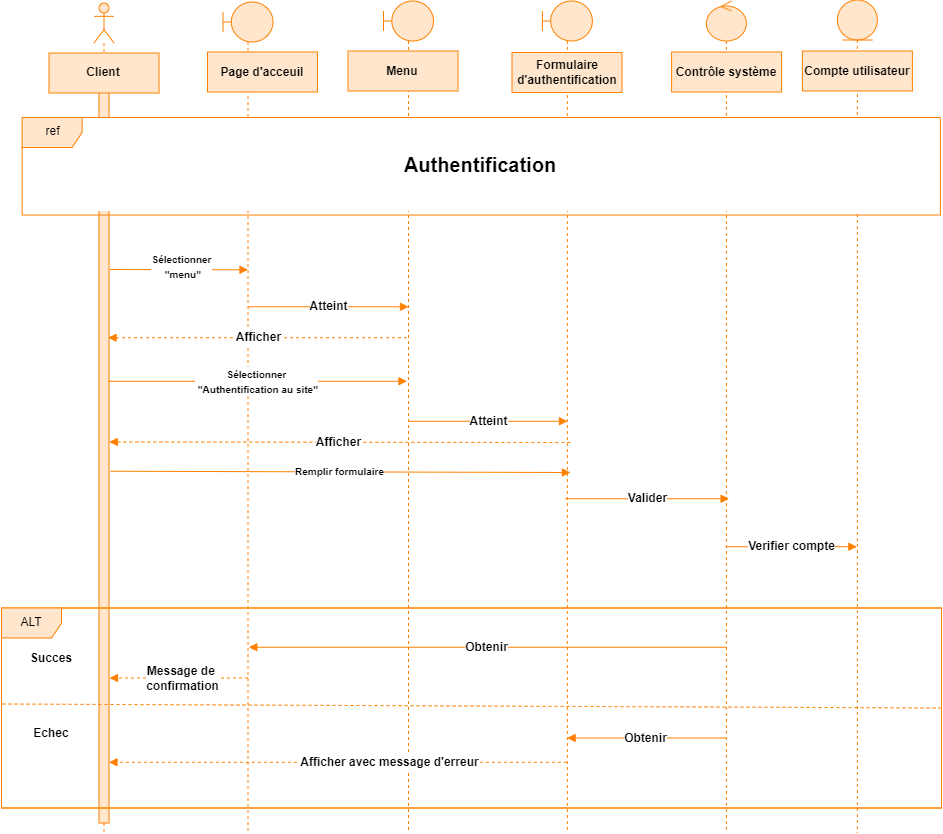
This is images/Authentification au site.png from alizhassane/pfe, a draw.io export, as it was before one commit. Source tidied: cells renumbered, new cells last; positions are measured from the earlier drawing's top-left corner, leaving out a move shared by most shapes.
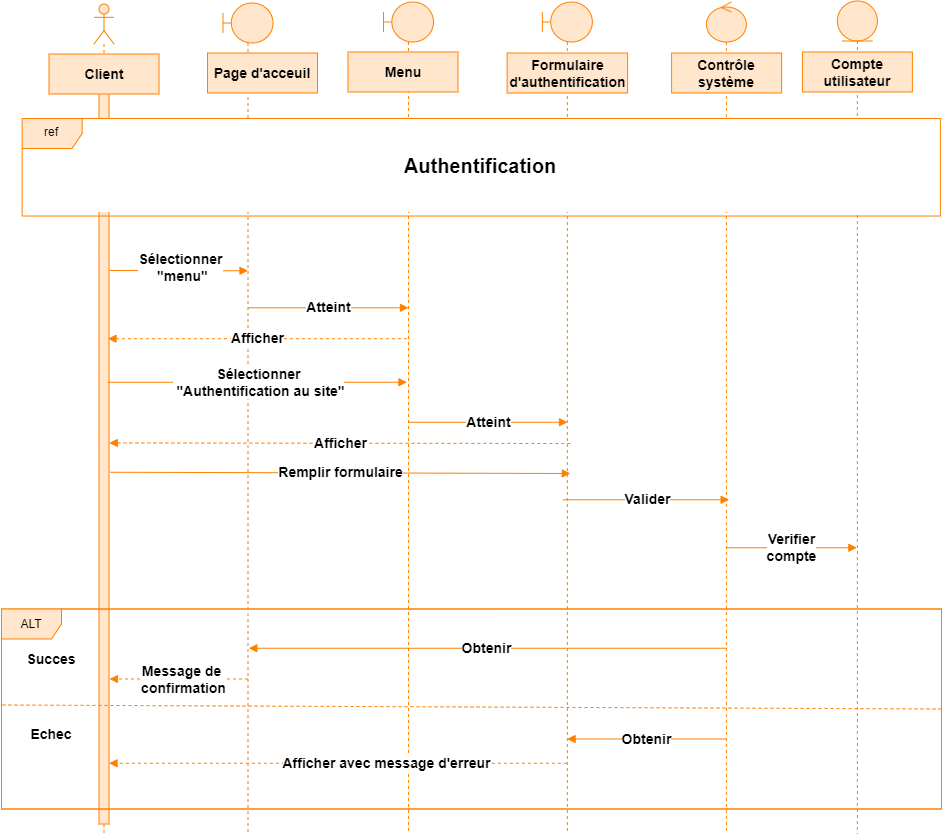
The same file after the commit.

Change to the diagram source:
```diff
@@ -20,22 +20,22 @@
     <mxCell id="7" style="shape=umlLifeline;perimeter=lifelinePerimeter;whiteSpace=wrap;html=1;newEdgeStyle={&quot;curved&quot;:0,&quot;rounded&quot;:0};participant=umlBoundary;strokeColor=#FF8000;align=center;verticalAlign=middle;fontFamily=Helvetica;fontSize=12;fontColor=default;fontStyle=1;fillColor=#FFE6CC;" parent="1" vertex="1">
       <mxGeometry x="221.5" y="2.5" width="50" height="830.5" as="geometry" />
     </mxCell>
-    <mxCell id="8" value="Client" style="rounded=0;whiteSpace=wrap;html=1;fillColor=#FFE6CC;strokeColor=#FF8000;align=center;verticalAlign=middle;fontFamily=Helvetica;fontSize=12;fontColor=default;fontStyle=1;" parent="1" vertex="1">
+    <mxCell id="8" value="&lt;font style=&quot;font-size: 14px;&quot;&gt;Client&lt;/font&gt;" style="rounded=0;whiteSpace=wrap;html=1;fillColor=#FFE6CC;strokeColor=#FF8000;align=center;verticalAlign=middle;fontFamily=Helvetica;fontSize=12;fontColor=default;fontStyle=1;" parent="1" vertex="1">
       <mxGeometry x="47.5" y="53.5" width="110" height="40" as="geometry" />
     </mxCell>
-    <mxCell id="9" value="Formulaire d'authentification" style="rounded=0;whiteSpace=wrap;html=1;fillColor=#FFE6CC;strokeColor=#FF8000;align=center;verticalAlign=middle;fontFamily=Helvetica;fontSize=12;fontColor=default;fontStyle=1;" parent="1" vertex="1">
-      <mxGeometry x="510.5" y="53" width="110" height="40" as="geometry" />
+    <mxCell id="9" value="&lt;font style=&quot;font-size: 14px;&quot;&gt;Formulaire d'authentification&lt;/font&gt;" style="rounded=0;whiteSpace=wrap;html=1;fillColor=#FFE6CC;strokeColor=#FF8000;align=center;verticalAlign=middle;fontFamily=Helvetica;fontSize=12;fontColor=default;fontStyle=1;" parent="1" vertex="1">
+      <mxGeometry x="505.6" y="52.5" width="120.5" height="40" as="geometry" />
     </mxCell>
-    <mxCell id="10" value="Contrôle système" style="rounded=0;whiteSpace=wrap;html=1;fillColor=#FFE6CC;strokeColor=#FF8000;align=center;verticalAlign=middle;fontFamily=Helvetica;fontSize=12;fontColor=default;fontStyle=1;" parent="1" vertex="1">
+    <mxCell id="10" value="&lt;font style=&quot;font-size: 14px;&quot;&gt;Contrôle système&lt;/font&gt;" style="rounded=0;whiteSpace=wrap;html=1;fillColor=#FFE6CC;strokeColor=#FF8000;align=center;verticalAlign=middle;fontFamily=Helvetica;fontSize=12;fontColor=default;fontStyle=1;" parent="1" vertex="1">
       <mxGeometry x="670.1" y="52.5" width="110" height="40" as="geometry" />
     </mxCell>
-    <mxCell id="11" value="Menu" style="rounded=0;whiteSpace=wrap;html=1;fillColor=#FFE6CC;strokeColor=#FF8000;align=center;verticalAlign=middle;fontFamily=Helvetica;fontSize=12;fontColor=default;fontStyle=1;" parent="1" vertex="1">
+    <mxCell id="11" value="&lt;font style=&quot;font-size: 14px;&quot;&gt;Menu&lt;/font&gt;" style="rounded=0;whiteSpace=wrap;html=1;fillColor=#FFE6CC;strokeColor=#FF8000;align=center;verticalAlign=middle;fontFamily=Helvetica;fontSize=12;fontColor=default;fontStyle=1;" parent="1" vertex="1">
       <mxGeometry x="346.5" y="51.5" width="110" height="40" as="geometry" />
     </mxCell>
-    <mxCell id="12" value="Page d'acceuil" style="rounded=0;whiteSpace=wrap;html=1;fillColor=#FFE6CC;strokeColor=#FF8000;align=center;verticalAlign=middle;fontFamily=Helvetica;fontSize=12;fontColor=default;fontStyle=1;" parent="1" vertex="1">
+    <mxCell id="12" value="&lt;font style=&quot;font-size: 14px;&quot;&gt;Page d'acceuil&lt;/font&gt;" style="rounded=0;whiteSpace=wrap;html=1;fillColor=#FFE6CC;strokeColor=#FF8000;align=center;verticalAlign=middle;fontFamily=Helvetica;fontSize=12;fontColor=default;fontStyle=1;" parent="1" vertex="1">
       <mxGeometry x="206" y="52.5" width="110" height="40" as="geometry" />
     </mxCell>
-    <mxCell id="13" value="&lt;span style=&quot;font-size: 10px; background-color: rgb(255, 255, 255);&quot;&gt;Sélectionner&lt;/span&gt;&lt;div&gt;&lt;span style=&quot;font-size: 10px; background-color: rgb(255, 255, 255);&quot;&gt;&amp;nbsp;&quot;menu&quot;&lt;/span&gt;&lt;/div&gt;" style="html=1;verticalAlign=middle;endArrow=block;curved=0;rounded=0;strokeColor=#FF8000;align=center;fontFamily=Helvetica;fontSize=12;fontColor=default;fontStyle=1;fillColor=#FFE6CC;" parent="1" edge="1">
+    <mxCell id="13" value="&lt;span style=&quot;background-color: rgb(255, 255, 255);&quot;&gt;&lt;font style=&quot;font-size: 14px;&quot;&gt;Sélectionner&lt;/font&gt;&lt;/span&gt;&lt;div&gt;&lt;span style=&quot;background-color: rgb(255, 255, 255);&quot;&gt;&lt;font style=&quot;font-size: 14px;&quot;&gt;&amp;nbsp;&quot;menu&quot;&lt;/font&gt;&lt;/span&gt;&lt;/div&gt;" style="html=1;verticalAlign=middle;endArrow=block;curved=0;rounded=0;strokeColor=#FF8000;align=center;fontFamily=Helvetica;fontSize=12;fontColor=default;fontStyle=1;fillColor=#FFE6CC;" parent="1" edge="1">
       <mxGeometry x="0.05" y="3" relative="1" as="geometry">
         <mxPoint x="108.5" y="270" as="sourcePoint" />
         <mxPoint x="246.5" y="270.2" as="targetPoint" />
@@ -44,37 +44,37 @@
         </Array>
       </mxGeometry>
     </mxCell>
-    <mxCell id="14" value="Atteint" style="html=1;verticalAlign=middle;endArrow=block;curved=0;rounded=0;strokeColor=#FF8000;align=center;fontFamily=Helvetica;fontSize=12;fontColor=default;fontStyle=1;fillColor=#FFE6CC;" parent="1" edge="1">
+    <mxCell id="14" value="&lt;font style=&quot;font-size: 14px;&quot;&gt;Atteint&lt;/font&gt;" style="html=1;verticalAlign=middle;endArrow=block;curved=0;rounded=0;strokeColor=#FF8000;align=center;fontFamily=Helvetica;fontSize=12;fontColor=default;fontStyle=1;fillColor=#FFE6CC;" parent="1" edge="1">
       <mxGeometry relative="1" as="geometry">
         <mxPoint x="246.5" y="307.3" as="sourcePoint" />
         <mxPoint x="407" y="307.3" as="targetPoint" />
       </mxGeometry>
     </mxCell>
-    <mxCell id="15" value="Afficher" style="html=1;verticalAlign=middle;endArrow=block;curved=0;rounded=0;dashed=1;strokeColor=#FF8000;align=center;fontFamily=Helvetica;fontSize=12;fontColor=default;fontStyle=1;fillColor=#FFE6CC;" parent="1" edge="1">
+    <mxCell id="15" value="&lt;font style=&quot;font-size: 14px;&quot;&gt;Afficher&lt;/font&gt;" style="html=1;verticalAlign=middle;endArrow=block;curved=0;rounded=0;dashed=1;strokeColor=#FF8000;align=center;fontFamily=Helvetica;fontSize=12;fontColor=default;fontStyle=1;fillColor=#FFE6CC;" parent="1" edge="1">
       <mxGeometry relative="1" as="geometry">
         <mxPoint x="405.5" y="338.2" as="sourcePoint" />
         <mxPoint x="106.5" y="338.2" as="targetPoint" />
       </mxGeometry>
     </mxCell>
-    <mxCell id="16" value="&lt;span style=&quot;font-size: 10px;&quot;&gt;Sélectionner&lt;/span&gt;&lt;div&gt;&lt;span style=&quot;font-size: 10px;&quot;&gt;&amp;nbsp;&quot;Authentification au site&quot;&lt;/span&gt;&lt;/div&gt;" style="html=1;verticalAlign=middle;endArrow=block;curved=0;rounded=0;strokeColor=#FF8000;align=center;fontFamily=Helvetica;fontSize=12;fontColor=default;fontStyle=1;fillColor=#FFE6CC;" parent="1" edge="1">
+    <mxCell id="16" value="&lt;font style=&quot;font-size: 14px;&quot;&gt;Sélectionner&lt;/font&gt;&lt;div&gt;&lt;font style=&quot;font-size: 14px;&quot;&gt;&amp;nbsp;&quot;Authentification au site&quot;&lt;/font&gt;&lt;/div&gt;" style="html=1;verticalAlign=middle;endArrow=block;curved=0;rounded=0;strokeColor=#FF8000;align=center;fontFamily=Helvetica;fontSize=12;fontColor=default;fontStyle=1;fillColor=#FFE6CC;" parent="1" edge="1">
       <mxGeometry relative="1" as="geometry">
         <mxPoint x="106.5" y="381.8" as="sourcePoint" />
         <mxPoint x="405.5" y="381.8" as="targetPoint" />
       </mxGeometry>
     </mxCell>
-    <mxCell id="17" value="Atteint" style="html=1;verticalAlign=middle;endArrow=block;curved=0;rounded=0;strokeColor=#FF8000;align=center;fontFamily=Helvetica;fontSize=12;fontColor=default;fontStyle=1;fillColor=#FFE6CC;" parent="1" edge="1">
+    <mxCell id="17" value="&lt;font style=&quot;font-size: 14px;&quot;&gt;Atteint&lt;/font&gt;" style="html=1;verticalAlign=middle;endArrow=block;curved=0;rounded=0;strokeColor=#FF8000;align=center;fontFamily=Helvetica;fontSize=12;fontColor=default;fontStyle=1;fillColor=#FFE6CC;" parent="1" edge="1">
       <mxGeometry relative="1" as="geometry">
         <mxPoint x="407.5" y="421.8" as="sourcePoint" />
         <mxPoint x="566" y="421.8" as="targetPoint" />
       </mxGeometry>
     </mxCell>
-    <mxCell id="18" value="Afficher" style="html=1;verticalAlign=middle;endArrow=block;curved=0;rounded=0;dashed=1;strokeColor=#FF8000;align=center;fontFamily=Helvetica;fontSize=12;fontColor=default;fontStyle=1;fillColor=#FFE6CC;entryX=0.977;entryY=0.52;entryDx=0;entryDy=0;entryPerimeter=0;" parent="1" edge="1">
+    <mxCell id="18" value="&lt;font style=&quot;font-size: 14px;&quot;&gt;Afficher&lt;/font&gt;" style="html=1;verticalAlign=middle;endArrow=block;curved=0;rounded=0;dashed=1;strokeColor=#FF8000;align=center;fontFamily=Helvetica;fontSize=12;fontColor=default;fontStyle=1;fillColor=#FFE6CC;entryX=0.977;entryY=0.52;entryDx=0;entryDy=0;entryPerimeter=0;" parent="1" edge="1">
       <mxGeometry relative="1" as="geometry">
         <mxPoint x="568.9" y="443" as="sourcePoint" />
         <mxPoint x="107.8" y="442.4" as="targetPoint" />
       </mxGeometry>
     </mxCell>
-    <mxCell id="19" value="&lt;span style=&quot;font-size: 10px;&quot;&gt;Remplir formulaire&lt;/span&gt;" style="html=1;verticalAlign=middle;endArrow=block;curved=0;rounded=0;strokeColor=#FF8000;align=center;fontFamily=Helvetica;fontSize=12;fontColor=default;fontStyle=1;fillColor=#FFE6CC;" parent="1" edge="1">
+    <mxCell id="19" value="&lt;font style=&quot;font-size: 14px;&quot;&gt;Remplir formulaire&lt;/font&gt;" style="html=1;verticalAlign=middle;endArrow=block;curved=0;rounded=0;strokeColor=#FF8000;align=center;fontFamily=Helvetica;fontSize=12;fontColor=default;fontStyle=1;fillColor=#FFE6CC;" parent="1" edge="1">
       <mxGeometry relative="1" as="geometry">
         <mxPoint x="109" y="471.8" as="sourcePoint" />
         <mxPoint x="568.9" y="473" as="targetPoint" />
@@ -83,10 +83,10 @@
     <mxCell id="20" style="shape=umlLifeline;perimeter=lifelinePerimeter;whiteSpace=wrap;html=1;newEdgeStyle={&quot;curved&quot;:0,&quot;rounded&quot;:0};participant=umlEntity;strokeColor=#FF8000;align=center;verticalAlign=middle;fontFamily=Helvetica;fontSize=12;fontColor=default;fontStyle=1;fillColor=#FFE6CC;" parent="1" vertex="1">
       <mxGeometry x="835.9" y="0.5" width="40" height="832.5" as="geometry" />
     </mxCell>
-    <mxCell id="21" value="Compte utilisateur" style="rounded=0;whiteSpace=wrap;html=1;fillColor=#FFE6CC;strokeColor=#FF8000;align=center;verticalAlign=middle;fontFamily=Helvetica;fontSize=12;fontColor=default;fontStyle=1;" parent="1" vertex="1">
+    <mxCell id="21" value="&lt;font style=&quot;font-size: 14px;&quot;&gt;Compte utilisateur&lt;/font&gt;" style="rounded=0;whiteSpace=wrap;html=1;fillColor=#FFE6CC;strokeColor=#FF8000;align=center;verticalAlign=middle;fontFamily=Helvetica;fontSize=12;fontColor=default;fontStyle=1;" parent="1" vertex="1">
       <mxGeometry x="800.9" y="51.5" width="110" height="40" as="geometry" />
     </mxCell>
-    <mxCell id="22" value="Valider" style="html=1;verticalAlign=middle;endArrow=block;curved=0;rounded=0;strokeColor=#FF8000;align=center;fontFamily=Helvetica;fontSize=12;fontColor=default;fontStyle=1;fillColor=#FFE6CC;" parent="1" edge="1" source="3">
+    <mxCell id="22" value="&lt;font style=&quot;font-size: 14px;&quot;&gt;Valider&lt;/font&gt;" style="html=1;verticalAlign=middle;endArrow=block;curved=0;rounded=0;strokeColor=#FF8000;align=center;fontFamily=Helvetica;fontSize=12;fontColor=default;fontStyle=1;fillColor=#FFE6CC;" parent="1" edge="1" source="3">
       <mxGeometry relative="1" as="geometry">
         <mxPoint x="727.6" y="499.3" as="targetPoint" />
       </mxGeometry>
@@ -100,7 +100,7 @@
     <mxCell id="25" value="ref" style="shape=umlFrame;whiteSpace=wrap;html=1;fillColor=#FFE6CC;strokeColor=#FF8000;" parent="23" vertex="1">
       <mxGeometry x="1.7" width="918.3" height="97.5" as="geometry" />
     </mxCell>
-    <mxCell id="26" value="Verifier compte" style="html=1;verticalAlign=middle;endArrow=block;curved=0;rounded=0;strokeColor=#FF8000;align=center;fontFamily=Helvetica;fontSize=12;fontColor=default;fontStyle=1;fillColor=#FFE6CC;" parent="1" edge="1">
+    <mxCell id="26" value="&lt;font style=&quot;font-size: 14px;&quot;&gt;Verifier&lt;/font&gt;&lt;div&gt;&lt;font style=&quot;font-size: 14px;&quot;&gt;compte&lt;/font&gt;&lt;/div&gt;" style="html=1;verticalAlign=middle;endArrow=block;curved=0;rounded=0;strokeColor=#FF8000;align=center;fontFamily=Helvetica;fontSize=12;fontColor=default;fontStyle=1;fillColor=#FFE6CC;" parent="1" edge="1">
       <mxGeometry relative="1" as="geometry">
         <mxPoint x="724.5" y="547.2" as="sourcePoint" />
         <mxPoint x="855.4" y="547.2" as="targetPoint" />
@@ -109,22 +109,22 @@
     <mxCell id="27" style="swimlane;startSize=0;strokeColor=#FF8000;align=center;verticalAlign=middle;fontFamily=Helvetica;fontSize=12;fontColor=default;fontStyle=1;fillColor=#FFE6CC;" parent="1" vertex="1">
       <mxGeometry y="608.5" width="940" height="200" as="geometry" />
     </mxCell>
-    <mxCell id="28" value="Obtenir" style="html=1;verticalAlign=middle;endArrow=block;curved=0;rounded=0;strokeColor=#FF8000;align=center;fontFamily=Helvetica;fontSize=12;fontColor=default;fontStyle=1;fillColor=#FFE6CC;" parent="27" edge="1">
+    <mxCell id="28" value="&lt;font style=&quot;font-size: 14px;&quot;&gt;Obtenir&lt;/font&gt;" style="html=1;verticalAlign=middle;endArrow=block;curved=0;rounded=0;strokeColor=#FF8000;align=center;fontFamily=Helvetica;fontSize=12;fontColor=default;fontStyle=1;fillColor=#FFE6CC;" parent="27" edge="1">
       <mxGeometry relative="1" as="geometry">
         <mxPoint x="724.5" y="130" as="sourcePoint" />
         <mxPoint x="565.6" y="130" as="targetPoint" />
       </mxGeometry>
     </mxCell>
-    <mxCell id="29" value="Message de&amp;nbsp;&lt;div&gt;confirmation&lt;/div&gt;" style="html=1;verticalAlign=middle;endArrow=block;curved=0;rounded=0;dashed=1;strokeColor=#FF8000;align=center;fontFamily=Helvetica;fontSize=12;fontColor=default;fontStyle=1;fillColor=#FFE6CC;" parent="27" edge="1">
+    <mxCell id="29" value="&lt;font style=&quot;font-size: 14px;&quot;&gt;Message de&amp;nbsp;&lt;/font&gt;&lt;div&gt;&lt;font style=&quot;font-size: 14px;&quot;&gt;confirmation&lt;/font&gt;&lt;/div&gt;" style="html=1;verticalAlign=middle;endArrow=block;curved=0;rounded=0;dashed=1;strokeColor=#FF8000;align=center;fontFamily=Helvetica;fontSize=12;fontColor=default;fontStyle=1;fillColor=#FFE6CC;" parent="27" edge="1">
       <mxGeometry x="-0.04" relative="1" as="geometry">
         <mxPoint x="246.5" y="70" as="sourcePoint" />
         <mxPoint x="108" y="70" as="targetPoint" />
       </mxGeometry>
     </mxCell>
-    <mxCell id="30" value="&lt;b&gt;Succes&lt;/b&gt;" style="text;html=1;align=center;verticalAlign=middle;whiteSpace=wrap;rounded=0;fontFamily=Helvetica;fontSize=12;fontColor=default;fontStyle=1;" parent="27" vertex="1">
+    <mxCell id="30" value="&lt;b&gt;&lt;font style=&quot;font-size: 14px;&quot;&gt;Succes&lt;/font&gt;&lt;/b&gt;" style="text;html=1;align=center;verticalAlign=middle;whiteSpace=wrap;rounded=0;fontFamily=Helvetica;fontSize=12;fontColor=default;fontStyle=1;" parent="27" vertex="1">
       <mxGeometry x="20" y="35" width="60" height="30" as="geometry" />
     </mxCell>
-    <mxCell id="31" value="&lt;b&gt;Echec&lt;/b&gt;" style="text;html=1;align=center;verticalAlign=middle;whiteSpace=wrap;rounded=0;fontFamily=Helvetica;fontSize=12;fontColor=default;fontStyle=1;" parent="27" vertex="1">
+    <mxCell id="31" value="&lt;b&gt;&lt;font style=&quot;font-size: 14px;&quot;&gt;Echec&lt;/font&gt;&lt;/b&gt;" style="text;html=1;align=center;verticalAlign=middle;whiteSpace=wrap;rounded=0;fontFamily=Helvetica;fontSize=12;fontColor=default;fontStyle=1;" parent="27" vertex="1">
       <mxGeometry x="20" y="110" width="60" height="30" as="geometry" />
     </mxCell>
     <mxCell id="32" value="ALT" style="shape=umlFrame;whiteSpace=wrap;html=1;fillColor=#FFE6CC;strokeColor=#FF8000;align=center;verticalAlign=middle;fontFamily=Helvetica;fontSize=12;fontColor=default;" parent="27" vertex="1">
@@ -133,13 +133,13 @@
     <mxCell id="33" style="html=1;verticalAlign=middle;endArrow=none;curved=0;rounded=0;dashed=1;exitX=1;exitY=0.5;exitDx=0;exitDy=0;endFill=0;entryX=-0.001;entryY=0.48;entryDx=0;entryDy=0;entryPerimeter=0;strokeColor=#FF8000;align=center;fontFamily=Helvetica;fontSize=12;fontColor=default;fontStyle=1;fillColor=#FFE6CC;" parent="1" edge="1" source="27" target="27">
       <mxGeometry relative="1" as="geometry" />
     </mxCell>
-    <mxCell id="34" value="Obtenir" style="html=1;verticalAlign=middle;endArrow=block;curved=0;rounded=0;strokeColor=#FF8000;align=center;fontFamily=Helvetica;fontSize=12;fontColor=default;fontStyle=1;fillColor=#FFE6CC;" parent="1" edge="1">
+    <mxCell id="34" value="&lt;font style=&quot;font-size: 14px;&quot;&gt;Obtenir&lt;/font&gt;" style="html=1;verticalAlign=middle;endArrow=block;curved=0;rounded=0;strokeColor=#FF8000;align=center;fontFamily=Helvetica;fontSize=12;fontColor=default;fontStyle=1;fillColor=#FFE6CC;" parent="1" edge="1">
       <mxGeometry relative="1" as="geometry">
         <mxPoint x="725.4" y="647.8" as="sourcePoint" />
         <mxPoint x="247.3" y="647.8" as="targetPoint" />
       </mxGeometry>
     </mxCell>
-    <mxCell id="35" value="Afficher avec message d'erreur" style="html=1;verticalAlign=middle;endArrow=block;curved=0;rounded=0;dashed=1;strokeColor=#FF8000;align=center;fontFamily=Helvetica;fontSize=12;fontColor=default;fontStyle=1;fillColor=#FFE6CC;" parent="1" edge="1">
+    <mxCell id="35" value="&lt;font style=&quot;font-size: 14px;&quot;&gt;Afficher avec message d'erreur&lt;/font&gt;" style="html=1;verticalAlign=middle;endArrow=block;curved=0;rounded=0;dashed=1;strokeColor=#FF8000;align=center;fontFamily=Helvetica;fontSize=12;fontColor=default;fontStyle=1;fillColor=#FFE6CC;" parent="1" edge="1">
       <mxGeometry x="-0.22" relative="1" as="geometry">
         <mxPoint x="565.4" y="762.8" as="sourcePoint" />
         <mxPoint x="107.5" y="762.8" as="targetPoint" />
```
